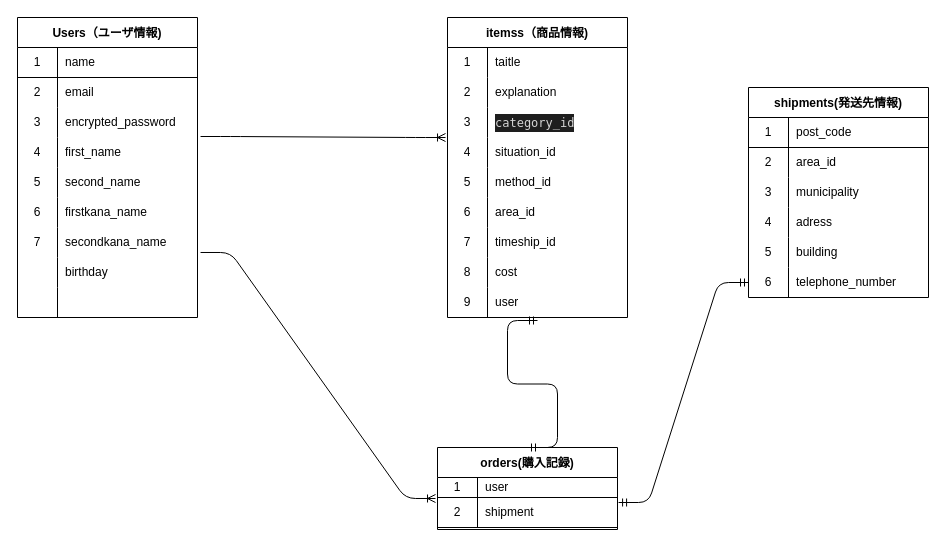
Semomo0717/furima-36947 keeps this draw.io diagram as ER.dio. Above is the earlier version. Source tidied: cells renumbered, new cells numbered last; positions are measured from the earlier drawing's top-left corner, leaving out a move shared by most shapes. Both pictures are drawn from the tidied source at 100%, with x=0, y=0 at pixel (17, 17).
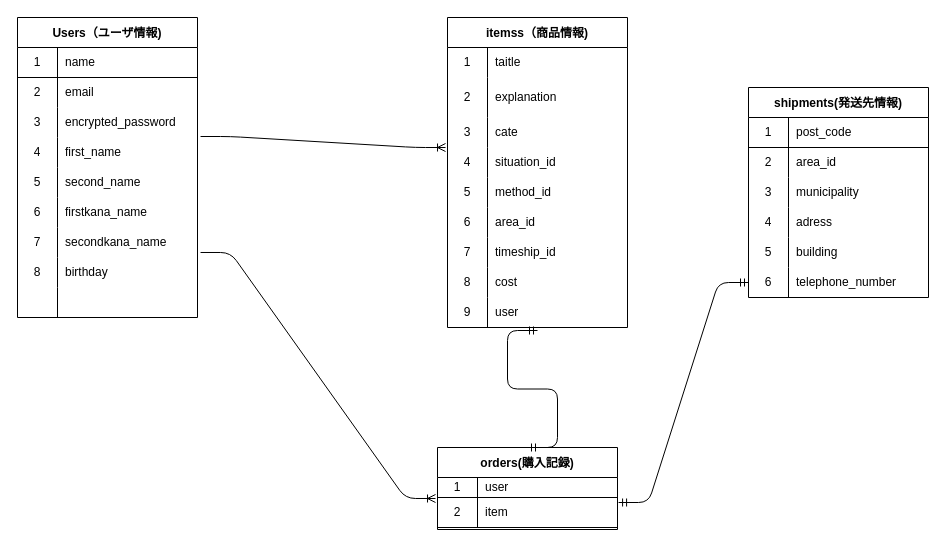
Above is the later version.

The change refers to these unchanged cells:
```xml
<mxCell id="24" style="shape=partialRectangle;html=1;whiteSpace=wrap;fillColor=none;top=0;left=0;bottom=0;right=0;" parent="2" vertex="1">
  <mxGeometry y="240" width="180" height="30" as="geometry" />
</mxCell>
<mxCell id="34" style="shape=partialRectangle;html=1;whiteSpace=wrap;fillColor=none;top=0;left=0;bottom=1;right=0;points=[[0,0.5],[1,0.5]];portConstraint=eastwest;" parent="30" vertex="1">
  <mxGeometry y="50" width="180" height="30" as="geometry" />
</mxCell>
```

Diff of the diagram source:
```diff
@@
-    <mxCell id="25" style="shape=partialRectangle;html=1;whiteSpace=wrap;fillColor=none;top=0;left=0;bottom=0;right=0;overflow=hidden;" parent="24" vertex="1">
+    <mxCell id="25" value="8" style="shape=partialRectangle;html=1;whiteSpace=wrap;fillColor=none;top=0;left=0;bottom=0;right=0;overflow=hidden;" parent="24" vertex="1">
       <mxGeometry width="40" height="30" as="geometry" />
     </mxCell>
@@
-    <mxCell id="36" value="shipment" style="shape=partialRectangle;html=1;whiteSpace=wrap;fillColor=none;top=0;left=0;bottom=0;right=0;align=left;spacingLeft=6;overflow=hidden;" parent="34" vertex="1">
+    <mxCell id="36" value="item" style="shape=partialRectangle;html=1;whiteSpace=wrap;fillColor=none;top=0;left=0;bottom=0;right=0;align=left;spacingLeft=6;overflow=hidden;" parent="34" vertex="1">
       <mxGeometry x="40" width="140" height="30" as="geometry" />
     </mxCell>
     <mxCell id="37" value="itemss（商品情報)" style="shape=table;startSize=30;childLayout=tableLayout;rowLines=0;fontStyle=1;align=center;" parent="1" vertex="1">
-      <mxGeometry x="430" width="180" height="300" as="geometry" />
+      <mxGeometry x="430" width="180" height="310" as="geometry" />
     </mxCell>
@@
     <mxCell id="41" style="shape=partialRectangle;html=1;whiteSpace=wrap;fillColor=none;top=0;left=0;bottom=0;right=0;" parent="37" vertex="1">
-      <mxGeometry y="60" width="180" height="30" as="geometry" />
+      <mxGeometry y="60" width="180" height="40" as="geometry" />
     </mxCell>
     <mxCell id="42" value="2" style="shape=partialRectangle;html=1;whiteSpace=wrap;fillColor=none;top=0;left=0;bottom=0;right=0;overflow=hidden;" parent="41" vertex="1">
-      <mxGeometry width="40" height="30" as="geometry" />
+      <mxGeometry width="40" height="40" as="geometry" />
     </mxCell>
     <mxCell id="43" value="explanation" style="shape=partialRectangle;html=1;whiteSpace=wrap;fillColor=none;top=0;left=0;bottom=0;right=0;align=left;spacingLeft=6;overflow=hidden;" parent="41" vertex="1">
-      <mxGeometry x="40" width="140" height="30" as="geometry" />
+      <mxGeometry x="40" width="140" height="40" as="geometry" />
     </mxCell>
-    <mxCell id="44" style="shape=partialRectangle;html=1;whiteSpace=wrap;fillColor=none;top=0;left=0;bottom=0;right=0;" parent="37" vertex="1">
-      <mxGeometry y="90" width="180" height="30" as="geometry" />
-    </mxCell>
+    <mxCell id="88" style="shape=partialRectangle;html=1;whiteSpace=wrap;fillColor=none;top=0;left=0;bottom=0;right=0;" parent="37" vertex="1">
+      <mxGeometry y="100" width="180" height="30" as="geometry" />
+    </mxCell>
-    <mxCell id="45" value="3" style="shape=partialRectangle;html=1;whiteSpace=wrap;fillColor=none;top=0;left=0;bottom=0;right=0;overflow=hidden;" parent="44" vertex="1">
+    <mxCell id="45" value="3" style="shape=partialRectangle;html=1;whiteSpace=wrap;fillColor=none;top=0;left=0;bottom=0;right=0;overflow=hidden;" parent="88" vertex="1">
       <mxGeometry width="40" height="30" as="geometry" />
     </mxCell>
-    <mxCell id="46" value="&lt;div style=&quot;color: rgb(212 , 212 , 212) ; background-color: rgb(30 , 30 , 30) ; font-family: &amp;#34;menlo&amp;#34; , &amp;#34;monaco&amp;#34; , &amp;#34;courier new&amp;#34; , monospace ; line-height: 18px&quot;&gt;category_id&lt;/div&gt;" style="shape=partialRectangle;html=1;whiteSpace=wrap;fillColor=none;top=0;left=0;bottom=0;right=0;align=left;spacingLeft=6;overflow=hidden;" parent="44" vertex="1">
-      <mxGeometry x="40" width="140" height="30" as="geometry" />
-    </mxCell>
+    <mxCell id="89" value="cate" style="shape=partialRectangle;html=1;whiteSpace=wrap;fillColor=none;top=0;left=0;bottom=0;right=0;align=left;spacingLeft=6;overflow=hidden;" parent="88" vertex="1">
+      <mxGeometry x="40" width="140" height="30" as="geometry" />
+    </mxCell>
     <mxCell id="47" style="shape=partialRectangle;html=1;whiteSpace=wrap;fillColor=none;top=0;left=0;bottom=0;right=0;points=[[0,0.5],[1,0.5]];portConstraint=eastwest;" parent="37" vertex="1">
-      <mxGeometry y="120" width="180" height="30" as="geometry" />
+      <mxGeometry y="130" width="180" height="30" as="geometry" />
     </mxCell>
@@
     <mxCell id="50" style="shape=partialRectangle;html=1;whiteSpace=wrap;fillColor=none;top=0;left=0;bottom=0;right=0;" parent="37" vertex="1">
-      <mxGeometry y="150" width="180" height="30" as="geometry" />
+      <mxGeometry y="160" width="180" height="30" as="geometry" />
     </mxCell>
@@
     <mxCell id="53" style="shape=partialRectangle;html=1;whiteSpace=wrap;fillColor=none;top=0;left=0;bottom=0;right=0;" parent="37" vertex="1">
-      <mxGeometry y="180" width="180" height="30" as="geometry" />
+      <mxGeometry y="190" width="180" height="30" as="geometry" />
     </mxCell>
@@
     <mxCell id="56" style="shape=partialRectangle;html=1;whiteSpace=wrap;fillColor=none;top=0;left=0;bottom=0;right=0;" parent="37" vertex="1">
-      <mxGeometry y="210" width="180" height="30" as="geometry" />
+      <mxGeometry y="220" width="180" height="30" as="geometry" />
     </mxCell>
@@
     <mxCell id="59" style="shape=partialRectangle;html=1;whiteSpace=wrap;fillColor=none;top=0;left=0;bottom=0;right=0;" parent="37" vertex="1">
-      <mxGeometry y="240" width="180" height="30" as="geometry" />
+      <mxGeometry y="250" width="180" height="30" as="geometry" />
     </mxCell>
@@
     <mxCell id="62" style="shape=partialRectangle;html=1;whiteSpace=wrap;fillColor=none;top=0;left=0;bottom=0;right=0;points=[[0,0.5],[1,0.5]];portConstraint=eastwest;" parent="37" vertex="1">
-      <mxGeometry y="270" width="180" height="30" as="geometry" />
+      <mxGeometry y="280" width="180" height="30" as="geometry" />
     </mxCell>
```
